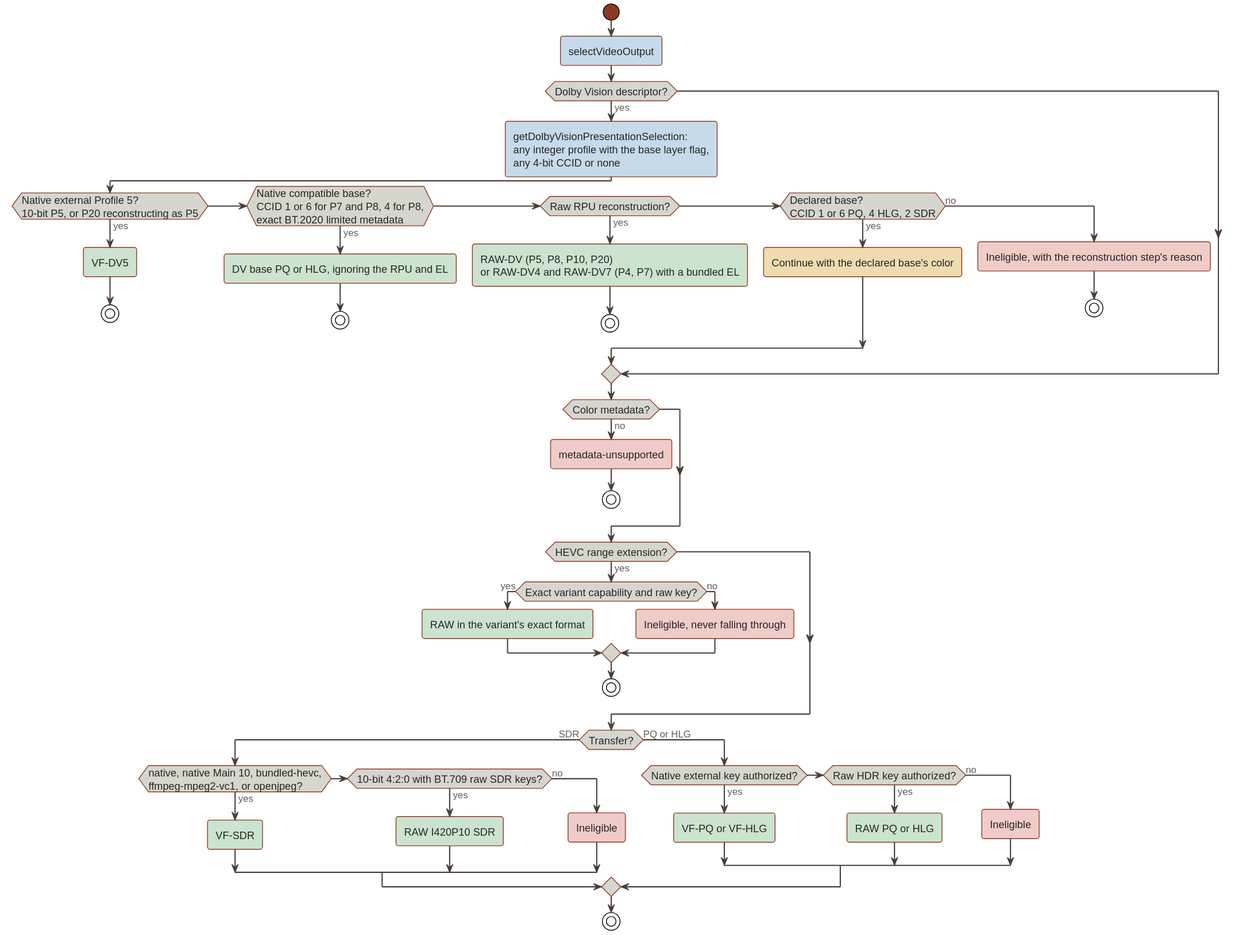
The PlantUML diagram docs/src/diagrams/video-route-selection.light.svg in alchemyyy/WebGPU-Player, before a commit.
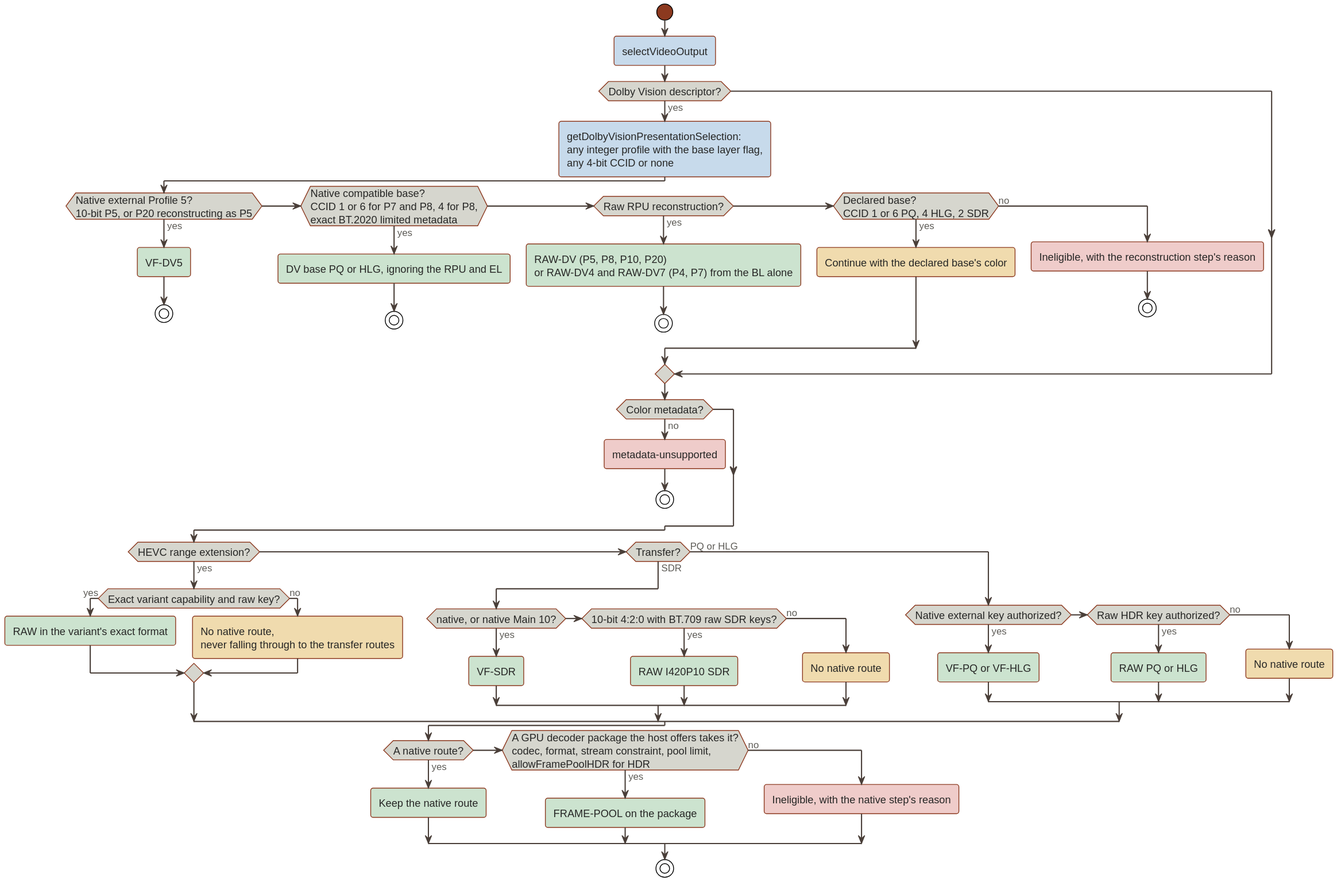
The same file after the commit.

The edit, as a diff of the source:
```diff
@@ -15,7 +15,7 @@
     stop
   elseif (Raw RPU reconstruction?) then (yes)
     :RAW-DV (P5, P8, P10, P20)
-    or RAW-DV4 and RAW-DV7 (P4, P7) with a bundled EL; <<$HL_GREEN>>
+    or RAW-DV4 and RAW-DV7 (P4, P7) from the BL alone; <<$HL_GREEN>>
     stop
   elseif (Declared base?\nCCID 1 or 6 PQ, 4 HLG, 2 SDR) then (yes)
     :Continue with the declared base's color; <<$HL_AMBER>>
@@ -32,17 +32,16 @@
   if (Exact variant capability and raw key?) then (yes)
     :RAW in the variant's exact format; <<$HL_GREEN>>
   else (no)
-    :Ineligible, never falling through; <<$HL_RED>>
+    :No native route,
+    never falling through to the transfer routes; <<$HL_AMBER>>
   endif
-  stop
-endif
-if (Transfer?) then (SDR)
-  if (native, native Main 10, bundled-hevc,\nffmpeg-mpeg2-vc1, or openjpeg?) then (yes)
+elseif (Transfer?) then (SDR)
+  if (native, or native Main 10?) then (yes)
     :VF-SDR; <<$HL_GREEN>>
   elseif (10-bit 4:2:0 with BT.709 raw SDR keys?) then (yes)
     :RAW I420P10 SDR; <<$HL_GREEN>>
   else (no)
-    :Ineligible; <<$HL_RED>>
+    :No native route; <<$HL_AMBER>>
   endif
 else (PQ or HLG)
   if (Native external key authorized?) then (yes)
@@ -50,8 +49,15 @@
   elseif (Raw HDR key authorized?) then (yes)
     :RAW PQ or HLG; <<$HL_GREEN>>
   else (no)
-    :Ineligible; <<$HL_RED>>
+    :No native route; <<$HL_AMBER>>
   endif
+endif
+if (A native route?) then (yes)
+  :Keep the native route; <<$HL_GREEN>>
+elseif (A GPU decoder package the host offers takes it?\ncodec, format, stream constraint, pool limit,\nallowFramePoolHDR for HDR) then (yes)
+  :FRAME-POOL on the package; <<$HL_GREEN>>
+else (no)
+  :Ineligible, with the native step's reason; <<$HL_RED>>
 endif
 stop
 @enduml
```
